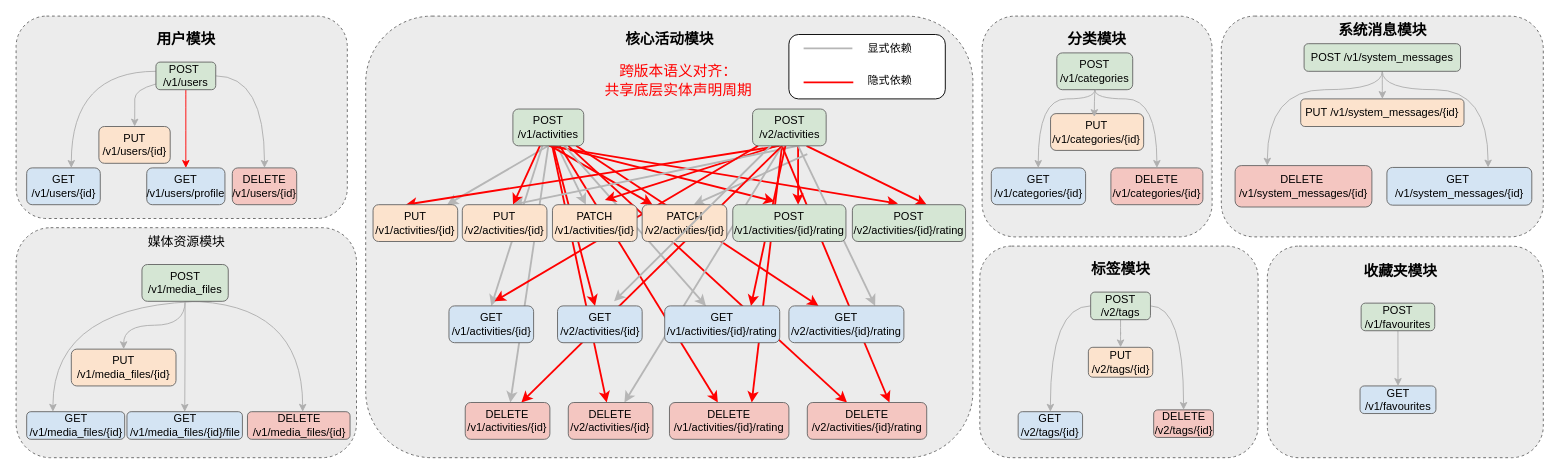
This is Scout-API.drawio from beizhu0727/article, a draw.io file, before an edit. Source tidied: cells renumbered, new cells numbered last; positions are measured from the earlier drawing's top-left corner, leaving out a move shared by most shapes. Both pictures are drawn from the tidied source at 92%, with x=0, y=0 at pixel (16, 16).
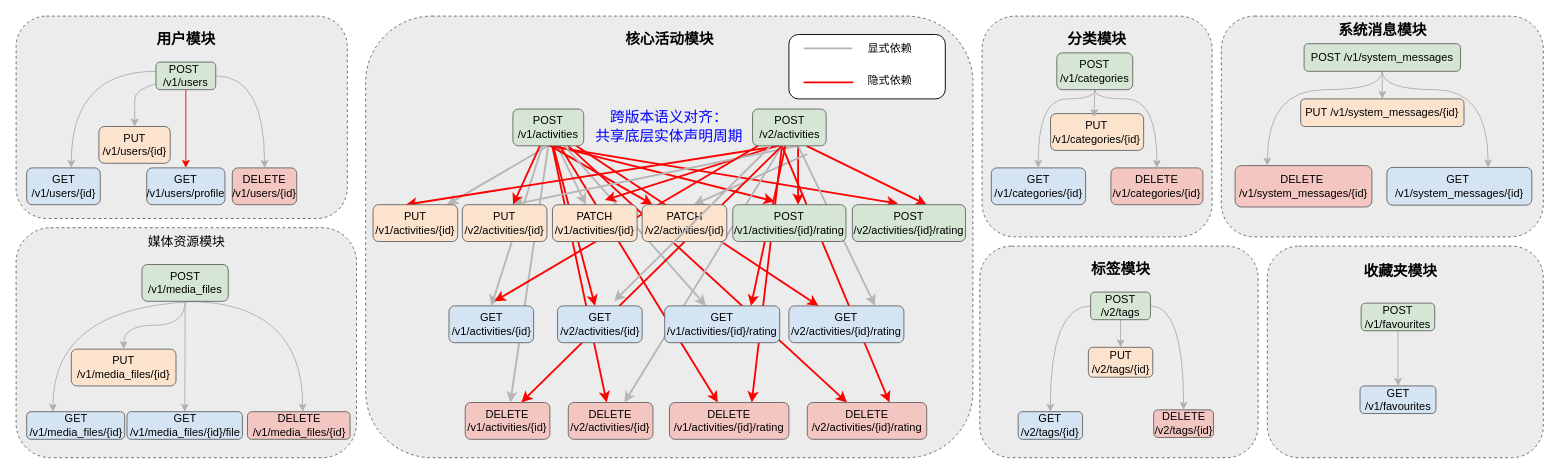
The same diagram, later.

What changed in the source:
```diff
@@
-    <mxCell id="101" value="&lt;font style=&quot;color: rgb(255, 0, 0); font-size: 16px;&quot;&gt;跨版本语义对齐：&lt;/font&gt;&lt;div&gt;&lt;font style=&quot;color: rgb(255, 0, 0); font-size: 16px;&quot;&gt;共享底层实体声明周期&lt;/font&gt;&lt;/div&gt;" style="text;html=1;whiteSpace=wrap;strokeColor=none;fillColor=none;align=center;verticalAlign=middle;rounded=0;" parent="1" vertex="1">
-      <mxGeometry x="617" y="40" width="205.8" height="60" as="geometry" />
+    <mxCell id="101" value="&lt;font style=&quot;font-size: 16px; color: rgb(0, 0, 255);&quot;&gt;跨版本语义对齐：&lt;/font&gt;&lt;div&gt;&lt;font style=&quot;font-size: 16px; color: rgb(0, 0, 255);&quot;&gt;共享底层实体声明周期&lt;/font&gt;&lt;/div&gt;" style="text;html=1;whiteSpace=wrap;strokeColor=none;fillColor=none;align=center;verticalAlign=middle;rounded=0;" parent="1" vertex="1">
+      <mxGeometry x="607.1" y="90" width="205.8" height="60" as="geometry" />
     </mxCell>
```
